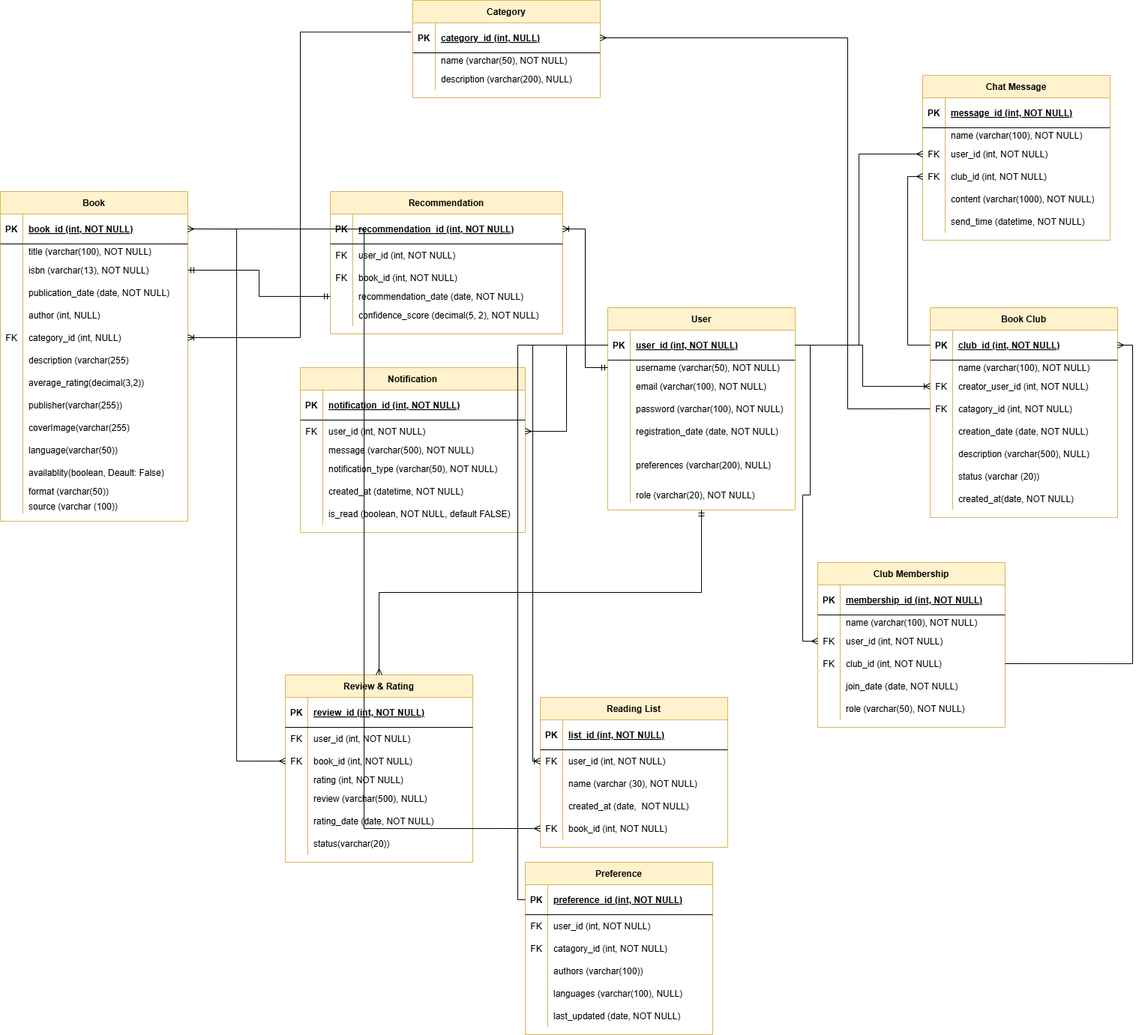
Earlier version of the draw.io export New folder/Untitled Diagram.drawio.png (Kkgenkai/Draw.io). Source tidied: cells renumbered, new cells last; positions are measured from the earlier drawing's top-left corner, leaving out a move shared by most shapes.
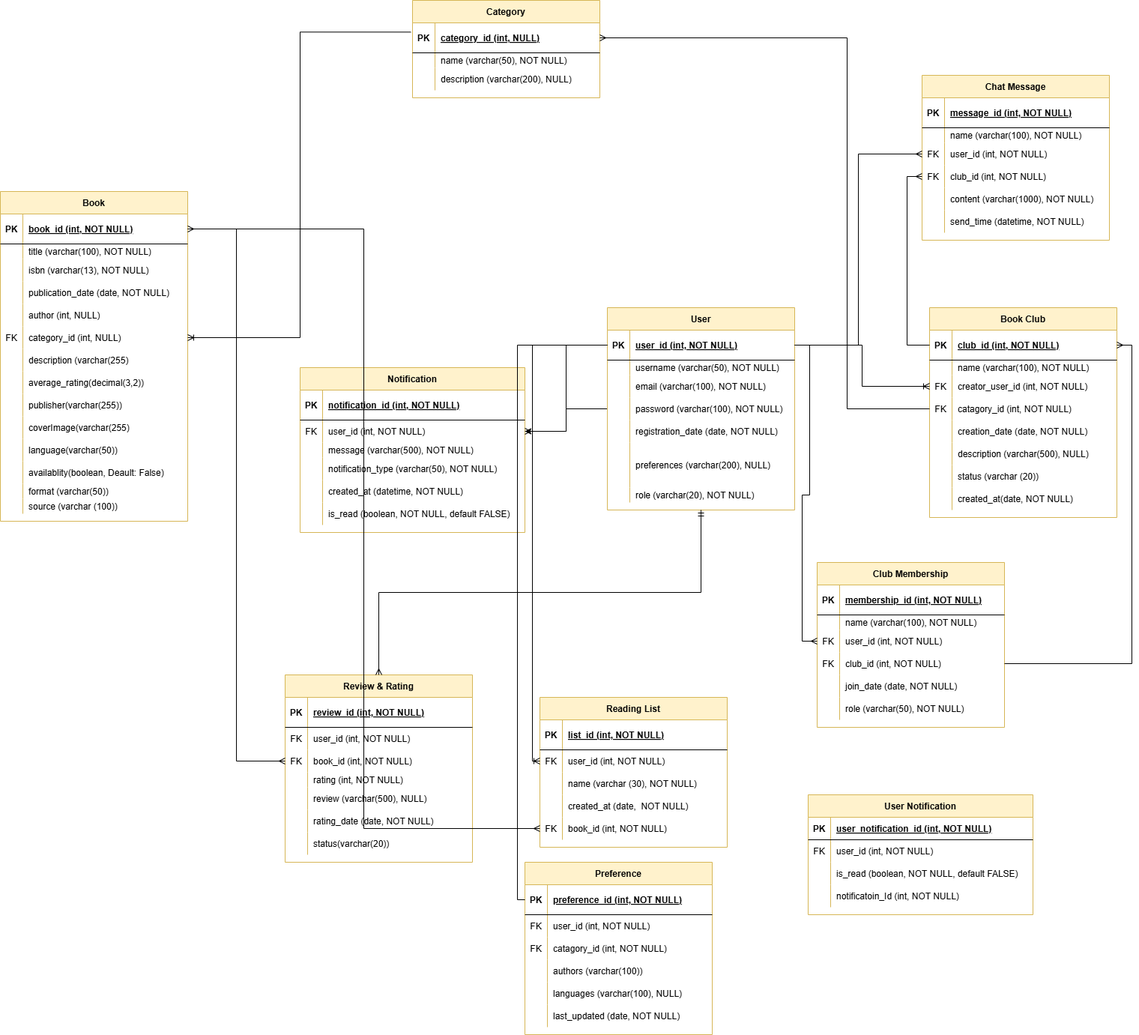
The same diagram one commit later.

Diff of the diagram source:
```diff
@@ -2,6 +2,9 @@
   <root>
     <mxCell id="0" />
     <mxCell id="1" parent="0" />
+    <mxCell id="247" style="edgeStyle=orthogonalEdgeStyle;rounded=0;jettySize=auto;html=1;" parent="1" edge="1" source="2" target="187">
+      <mxGeometry relative="1" as="geometry" />
+    </mxCell>
     <mxCell id="2" value="User" style="shape=table;startSize=30;rowLines=0;fontStyle=1;align=center;fillColor=#fff2cc;strokeColor=#d6b656;" parent="1" vertex="1">
       <mxGeometry x="810" y="410" width="250" height="270" as="geometry" />
     </mxCell>
@@ -293,66 +296,12 @@
     <mxCell id="98" value="status(varchar(20))" style="shape=partialRectangle;overflow=hidden;fillColor=none;top=0;left=0;bottom=0;right=0;align=left;spacingLeft=6;" parent="96" vertex="1">
       <mxGeometry x="30" width="220" height="30" as="geometry" />
     </mxCell>
-    <mxCell id="99" value="Recommendation" style="shape=table;startSize=30;rowLines=0;fontStyle=1;align=center;fillColor=#fff2cc;strokeColor=#d6b656;" parent="1" vertex="1">
-      <mxGeometry x="440" y="255" width="310" height="190" as="geometry" />
-    </mxCell>
-    <mxCell id="100" style="shape=partialRectangle;fillColor=none;points=[[0,0.5],[1,0.5]];portConstraint=eastwest;top=0;left=0;right=0;bottom=1;" parent="99" vertex="1">
-      <mxGeometry y="30" width="310" height="40" as="geometry" />
-    </mxCell>
-    <mxCell id="101" value="PK" style="shape=partialRectangle;overflow=hidden;fillColor=none;top=0;left=0;bottom=0;right=0;fontStyle=1;" parent="100" vertex="1">
-      <mxGeometry width="30" height="40" as="geometry" />
-    </mxCell>
-    <mxCell id="102" value="recommendation_id (int, NOT NULL)" style="shape=partialRectangle;overflow=hidden;fillColor=none;top=0;left=0;bottom=0;right=0;align=left;spacingLeft=6;fontStyle=5;" parent="100" vertex="1">
-      <mxGeometry x="30" width="280" height="40" as="geometry" />
-    </mxCell>
-    <mxCell id="103" style="shape=partialRectangle;fillColor=none;top=0;left=0;right=0;bottom=0;" parent="99" vertex="1">
-      <mxGeometry y="70" width="310" height="30" as="geometry" />
-    </mxCell>
-    <mxCell id="104" value="FK" style="shape=partialRectangle;overflow=hidden;fillColor=none;top=0;left=0;bottom=0;right=0;" parent="103" vertex="1">
-      <mxGeometry width="30" height="30" as="geometry" />
-    </mxCell>
-    <mxCell id="105" value="user_id (int, NOT NULL)" style="shape=partialRectangle;overflow=hidden;fillColor=none;top=0;left=0;bottom=0;right=0;align=left;spacingLeft=6;" parent="103" vertex="1">
-      <mxGeometry x="30" width="280" height="30" as="geometry" />
-    </mxCell>
-    <mxCell id="106" style="shape=partialRectangle;fillColor=none;top=0;left=0;right=0;bottom=0;" parent="99" vertex="1">
-      <mxGeometry y="100" width="310" height="30" as="geometry" />
-    </mxCell>
-    <mxCell id="107" value="FK" style="shape=partialRectangle;overflow=hidden;fillColor=none;top=0;left=0;bottom=0;right=0;" parent="106" vertex="1">
-      <mxGeometry width="30" height="30" as="geometry" />
-    </mxCell>
-    <mxCell id="108" value="book_id (int, NOT NULL)" style="shape=partialRectangle;overflow=hidden;fillColor=none;top=0;left=0;bottom=0;right=0;align=left;spacingLeft=6;" parent="106" vertex="1">
-      <mxGeometry x="30" width="280" height="30" as="geometry" />
-    </mxCell>
-    <mxCell id="109" style="shape=partialRectangle;fillColor=none;points=[[0,0.5],[1,0.5]];portConstraint=eastwest;top=0;left=0;right=0;bottom=0;" parent="99" vertex="1">
-      <mxGeometry y="130" width="310" height="20" as="geometry" />
-    </mxCell>
-    <mxCell id="110" style="shape=partialRectangle;overflow=hidden;fillColor=none;top=0;left=0;bottom=0;right=0;" parent="109" vertex="1">
-      <mxGeometry width="30" height="20" as="geometry" />
-    </mxCell>
-    <mxCell id="111" value="recommendation_date (date, NOT NULL)" style="shape=partialRectangle;overflow=hidden;fillColor=none;top=0;left=0;bottom=0;right=0;align=left;spacingLeft=6;" parent="109" vertex="1">
-      <mxGeometry x="30" width="280" height="20" as="geometry" />
-    </mxCell>
-    <mxCell id="112" style="shape=partialRectangle;fillColor=none;top=0;left=0;right=0;bottom=0;" parent="99" vertex="1">
-      <mxGeometry y="150" width="310" height="30" as="geometry" />
-    </mxCell>
-    <mxCell id="113" style="shape=partialRectangle;overflow=hidden;fillColor=none;top=0;left=0;bottom=0;right=0;" parent="112" vertex="1">
-      <mxGeometry width="30" height="30" as="geometry" />
-    </mxCell>
-    <mxCell id="114" value="confidence_score (decimal(5, 2), NOT NULL)" style="shape=partialRectangle;overflow=hidden;fillColor=none;top=0;left=0;bottom=0;right=0;align=left;spacingLeft=6;" parent="112" vertex="1">
-      <mxGeometry x="30" width="280" height="30" as="geometry" />
-    </mxCell>
     <mxCell id="115" style="fontSize=12;html=1;endArrow=ERmany;startArrow=ERmandOne;rounded=0;exitX=0.5;exitY=1;exitDx=0;exitDy=0;entryX=0.5;entryY=0;entryDx=0;entryDy=0;endFill=0;edgeStyle=orthogonalEdgeStyle;" parent="1" edge="1" source="2" target="77">
       <mxGeometry relative="1" as="geometry" />
     </mxCell>
     <mxCell id="116" style="edgeStyle=orthogonalEdgeStyle;fontSize=12;html=1;endArrow=none;startArrow=ERmany;rounded=0;entryX=1;entryY=0.5;entryDx=0;entryDy=0;exitX=0;exitY=0.5;exitDx=0;exitDy=0;endFill=0;startFill=0;" parent="1" edge="1" source="84" target="25">
       <mxGeometry relative="1" as="geometry" />
     </mxCell>
-    <mxCell id="117" style="edgeStyle=orthogonalEdgeStyle;fontSize=12;html=1;endArrow=ERoneToMany;startArrow=ERmandOne;rounded=0;entryX=1;entryY=0.5;entryDx=0;entryDy=0;exitX=0;exitY=0.5;exitDx=0;exitDy=0;" parent="1" edge="1" source="6" target="100">
-      <mxGeometry relative="1" as="geometry" />
-    </mxCell>
-    <mxCell id="118" style="edgeStyle=orthogonalEdgeStyle;fontSize=12;html=1;endArrow=ERmandOne;startArrow=ERmandOne;rounded=0;exitX=1;exitY=0.5;exitDx=0;exitDy=0;entryX=0;entryY=0.5;entryDx=0;entryDy=0;" parent="1" edge="1" source="31" target="109">
-      <mxGeometry relative="1" as="geometry" />
-    </mxCell>
     <mxCell id="119" style="edgeStyle=orthogonalEdgeStyle;fontSize=12;html=1;endArrow=ERoneToMany;rounded=0;exitX=-0.009;exitY=0.308;exitDx=0;exitDy=0;entryX=1;entryY=0.5;entryDx=0;entryDy=0;exitPerimeter=0;" parent="1" edge="1" source="68" target="40">
       <mxGeometry relative="1" as="geometry" />
     </mxCell>
@@ -742,5 +691,44 @@
     <mxCell id="246" style="edgeStyle=orthogonalEdgeStyle;fontSize=12;html=1;endArrow=ERmany;rounded=0;exitX=1;exitY=0.5;exitDx=0;exitDy=0;entryX=0;entryY=0.5;entryDx=0;entryDy=0;startArrow=ERmany;startFill=0;" parent="1" edge="1" source="25" target="222">
       <mxGeometry relative="1" as="geometry" />
     </mxCell>
+    <mxCell id="248" value="User Notification" style="shape=table;startSize=30;rowLines=0;fontStyle=1;align=center;fillColor=#fff2cc;strokeColor=#d6b656;" parent="1" vertex="1">
+      <mxGeometry x="1078" y="1060" width="300" height="160" as="geometry" />
+    </mxCell>
+    <mxCell id="249" style="shape=partialRectangle;fillColor=none;top=0;left=0;right=0;bottom=1;" parent="248" vertex="1">
+      <mxGeometry y="30" width="300" height="30" as="geometry" />
+    </mxCell>
+    <mxCell id="101" value="PK" style="shape=partialRectangle;overflow=hidden;fillColor=none;top=0;left=0;bottom=0;right=0;fontStyle=1;" parent="249" vertex="1">
+      <mxGeometry width="30" height="30" as="geometry" />
+    </mxCell>
+    <mxCell id="250" value="user_notification_id (int, NOT NULL)" style="shape=partialRectangle;overflow=hidden;fillColor=none;top=0;left=0;bottom=0;right=0;align=left;spacingLeft=6;fontStyle=5;" parent="249" vertex="1">
+      <mxGeometry x="30" width="270" height="30" as="geometry" />
+    </mxCell>
+    <mxCell id="251" style="shape=partialRectangle;fillColor=none;top=0;left=0;right=0;bottom=0;" parent="248" vertex="1">
+      <mxGeometry y="60" width="300" height="30" as="geometry" />
+    </mxCell>
+    <mxCell id="252" value="FK" style="shape=partialRectangle;overflow=hidden;fillColor=none;top=0;left=0;bottom=0;right=0;" parent="251" vertex="1">
+      <mxGeometry width="30" height="30" as="geometry" />
+    </mxCell>
+    <mxCell id="105" value="user_id (int, NOT NULL)" style="shape=partialRectangle;overflow=hidden;fillColor=none;top=0;left=0;bottom=0;right=0;align=left;spacingLeft=6;" parent="251" vertex="1">
+      <mxGeometry x="30" width="270" height="30" as="geometry" />
+    </mxCell>
+    <mxCell id="253" style="shape=partialRectangle;fillColor=none;top=0;left=0;right=0;bottom=0;" parent="248" vertex="1">
+      <mxGeometry y="90" width="300" height="30" as="geometry" />
+    </mxCell>
+    <mxCell id="254" style="shape=partialRectangle;overflow=hidden;fillColor=none;top=0;left=0;bottom=0;right=0;" parent="253" vertex="1">
+      <mxGeometry width="30" height="30" as="geometry" />
+    </mxCell>
+    <mxCell id="255" value="is_read (boolean, NOT NULL, default FALSE)" style="shape=partialRectangle;overflow=hidden;fillColor=none;top=0;left=0;bottom=0;right=0;align=left;spacingLeft=6;" parent="253" vertex="1">
+      <mxGeometry x="30" width="270" height="30" as="geometry" />
+    </mxCell>
+    <mxCell id="256" style="shape=partialRectangle;fillColor=none;top=0;left=0;right=0;bottom=0;" parent="248" vertex="1">
+      <mxGeometry y="120" width="300" height="30" as="geometry" />
+    </mxCell>
+    <mxCell id="257" style="shape=partialRectangle;overflow=hidden;fillColor=none;top=0;left=0;bottom=0;right=0;" parent="256" vertex="1">
+      <mxGeometry width="30" height="30" as="geometry" />
+    </mxCell>
+    <mxCell id="258" value="notificatoin_Id (int, NOT NULL)" style="shape=partialRectangle;overflow=hidden;fillColor=none;top=0;left=0;bottom=0;right=0;align=left;spacingLeft=6;" parent="256" vertex="1">
+      <mxGeometry x="30" width="270" height="30" as="geometry" />
+    </mxCell>
   </root>
 </mxGraphModel>
```
